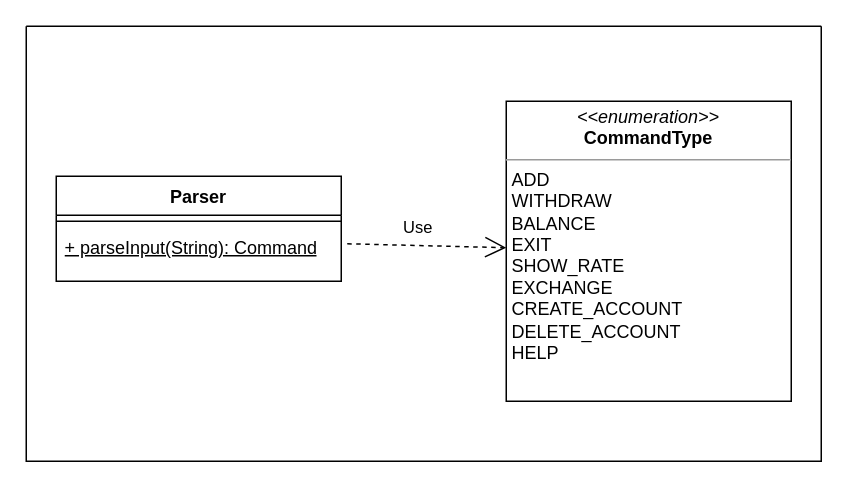
The draw.io diagram docs/diagrams/ParserClassDiagram.drawio in woowenjun99/tp, before the edit. Source tidied: cells renumbered, new cells numbered last; positions are measured from the earlier drawing's top-left corner, leaving out a move shared by most shapes. Both pictures are drawn from the tidied source at 150%, with x=0, y=0 at pixel (26, 26).
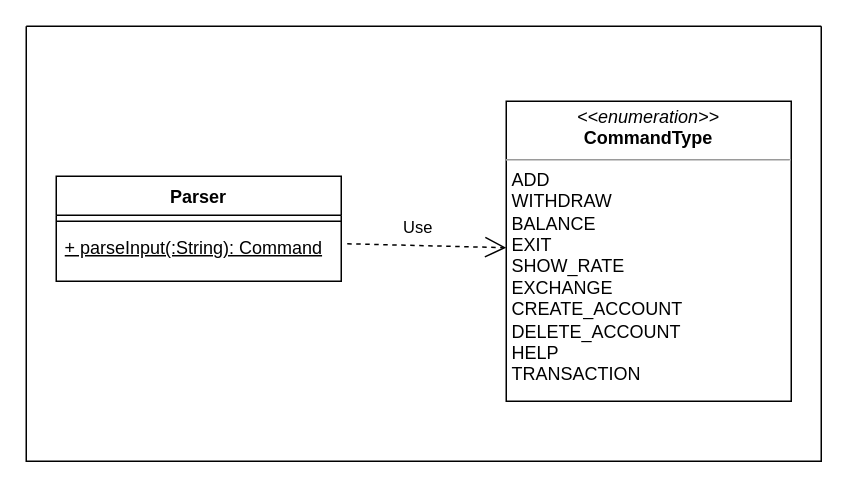
The same diagram, later.

The edit, as a diff of the source:
```diff
@@
 <mxGraphModel>
   <root>
     <mxCell id="0" />
     <mxCell id="1" parent="0" />
     <mxCell id="2" value="Parser" style="swimlane;fontStyle=1;align=center;verticalAlign=top;horizontal=1;startSize=26;whiteSpace=wrap;html=1;" parent="1" vertex="1">
       <mxGeometry x="20" y="100" width="190" height="70" as="geometry" />
     </mxCell>
     <mxCell id="3" style="line;strokeWidth=1;fillColor=none;align=left;verticalAlign=middle;spacingTop=-1;spacingLeft=3;spacingRight=3;labelPosition=right;strokeColor=inherit;" parent="2" vertex="1">
       <mxGeometry y="26" width="190" height="8" as="geometry" />
     </mxCell>
-    <mxCell id="4" value="&lt;u&gt;+ parseInput(String): Command&lt;/u&gt;" style="text;strokeColor=none;fillColor=none;align=left;verticalAlign=top;spacingLeft=4;spacingRight=4;overflow=hidden;points=[[0,0.5],[1,0.5]];portConstraint=eastwest;whiteSpace=wrap;html=1;" parent="2" vertex="1">
+    <mxCell id="4" value="&lt;u&gt;+ parseInput(:String): Command&lt;/u&gt;" style="text;strokeColor=none;fillColor=none;align=left;verticalAlign=top;spacingLeft=4;spacingRight=4;overflow=hidden;points=[[0,0.5],[1,0.5]];portConstraint=eastwest;whiteSpace=wrap;html=1;" parent="2" vertex="1">
       <mxGeometry y="34" width="190" height="36" as="geometry" />
     </mxCell>
-    <mxCell id="5" value="&lt;p style=&quot;margin:0px;margin-top:4px;text-align:center;&quot;&gt;&lt;i&gt;&amp;lt;&amp;lt;enumeration&amp;gt;&amp;gt;&lt;/i&gt;&lt;br&gt;&lt;b&gt;CommandType&lt;/b&gt;&lt;/p&gt;&lt;hr size=&quot;1&quot;&gt;&lt;p style=&quot;margin:0px;margin-left:4px;&quot;&gt;ADD&lt;/p&gt;&lt;p style=&quot;margin:0px;margin-left:4px;&quot;&gt;WITHDRAW&lt;/p&gt;&lt;p style=&quot;margin:0px;margin-left:4px;&quot;&gt;BALANCE&lt;/p&gt;&lt;p style=&quot;margin:0px;margin-left:4px;&quot;&gt;EXIT&lt;/p&gt;&lt;p style=&quot;margin:0px;margin-left:4px;&quot;&gt;SHOW_RATE&lt;/p&gt;&lt;p style=&quot;margin:0px;margin-left:4px;&quot;&gt;EXCHANGE&lt;/p&gt;&lt;p style=&quot;margin:0px;margin-left:4px;&quot;&gt;CREATE_ACCOUNT&lt;/p&gt;&lt;p style=&quot;margin:0px;margin-left:4px;&quot;&gt;DELETE_ACCOUNT&lt;/p&gt;&lt;p style=&quot;margin:0px;margin-left:4px;&quot;&gt;HELP&lt;/p&gt;" style="verticalAlign=top;align=left;overflow=fill;fontSize=12;fontFamily=Helvetica;html=1;whiteSpace=wrap;" parent="1" vertex="1">
+    <mxCell id="5" value="&lt;p style=&quot;margin:0px;margin-top:4px;text-align:center;&quot;&gt;&lt;i&gt;&amp;lt;&amp;lt;enumeration&amp;gt;&amp;gt;&lt;/i&gt;&lt;br&gt;&lt;b&gt;CommandType&lt;/b&gt;&lt;/p&gt;&lt;hr size=&quot;1&quot;&gt;&lt;p style=&quot;margin:0px;margin-left:4px;&quot;&gt;ADD&lt;/p&gt;&lt;p style=&quot;margin:0px;margin-left:4px;&quot;&gt;WITHDRAW&lt;/p&gt;&lt;p style=&quot;margin:0px;margin-left:4px;&quot;&gt;BALANCE&lt;/p&gt;&lt;p style=&quot;margin:0px;margin-left:4px;&quot;&gt;EXIT&lt;/p&gt;&lt;p style=&quot;margin:0px;margin-left:4px;&quot;&gt;SHOW_RATE&lt;/p&gt;&lt;p style=&quot;margin:0px;margin-left:4px;&quot;&gt;EXCHANGE&lt;/p&gt;&lt;p style=&quot;margin:0px;margin-left:4px;&quot;&gt;CREATE_ACCOUNT&lt;/p&gt;&lt;p style=&quot;margin:0px;margin-left:4px;&quot;&gt;DELETE_ACCOUNT&lt;/p&gt;&lt;p style=&quot;margin:0px;margin-left:4px;&quot;&gt;HELP&lt;br&gt;TRANSACTION&lt;/p&gt;" style="verticalAlign=top;align=left;overflow=fill;fontSize=12;fontFamily=Helvetica;html=1;whiteSpace=wrap;" parent="1" vertex="1">
       <mxGeometry x="320" y="50" width="190" height="200" as="geometry" />
     </mxCell>
     <mxCell id="6" value="Use" style="endArrow=open;endSize=12;dashed=1;html=1;rounded=0;exitX=1.021;exitY=0.306;exitDx=0;exitDy=0;exitPerimeter=0;" parent="1" edge="1" source="4" target="5">
       <mxGeometry x="-0.12" y="12" relative="1" as="geometry" />
     </mxCell>
     <mxCell id="7" style="swimlane;startSize=0;" parent="1" vertex="1">
       <mxGeometry width="530" height="290" as="geometry" />
     </mxCell>
   </root>
 </mxGraphModel>
```
